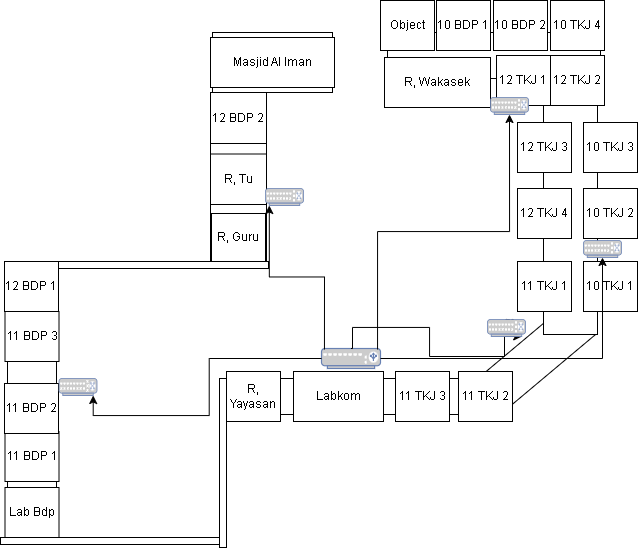
Above: Topologi-pasran-new.drawio.png in Dhaffnavyz/draw.io (draw.io), before the change. Source tidied: cells renumbered, new cells last; positions are measured from the earlier drawing's top-left corner, leaving out a move shared by most shapes.
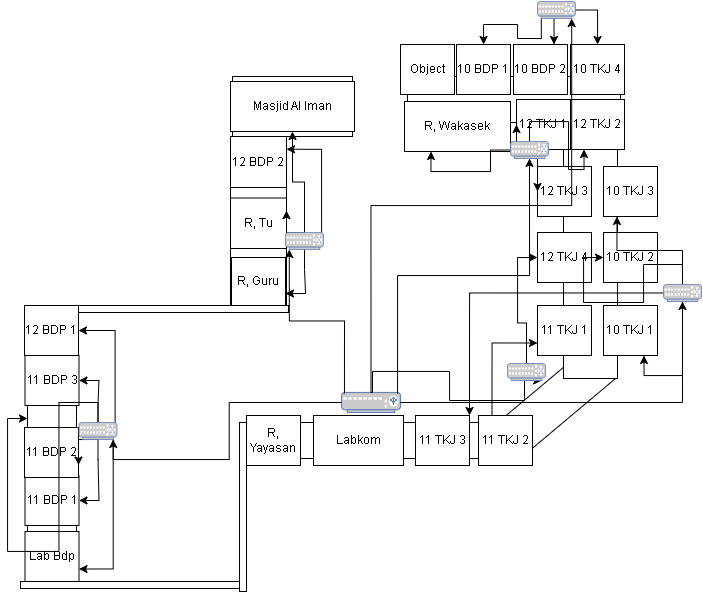
The same file after the commit.

Diff of the diagram source:
```diff
@@ -129,20 +129,80 @@
         </Array>
       </mxGeometry>
     </mxCell>
+    <mxCell id="50" style="edgeStyle=orthogonalEdgeStyle;rounded=0;jettySize=auto;html=1;exitX=0.5;exitY=0;exitDx=0;exitDy=0;exitPerimeter=0;entryX=0;entryY=0.5;entryDx=0;entryDy=0;" parent="1" edge="1" source="41" target="27">
+      <mxGeometry relative="1" as="geometry" />
+    </mxCell>
     <mxCell id="41" style="fontColor=#0066CC;verticalAlign=top;verticalLabelPosition=bottom;labelPosition=center;align=center;html=1;outlineConnect=0;fillColor=#CCCCCC;strokeColor=#6881B3;gradientColor=none;gradientDirection=north;strokeWidth=2;shape=mxgraph.networks.switch;" parent="1" vertex="1">
       <mxGeometry x="487" y="319" width="38" height="17" as="geometry" />
     </mxCell>
+    <mxCell id="51" style="edgeStyle=orthogonalEdgeStyle;rounded=0;jettySize=auto;html=1;exitX=0.5;exitY=0;exitDx=0;exitDy=0;exitPerimeter=0;entryX=1;entryY=0.5;entryDx=0;entryDy=0;" parent="1" edge="1" source="42" target="18">
+      <mxGeometry relative="1" as="geometry" />
+    </mxCell>
+    <mxCell id="52" style="edgeStyle=orthogonalEdgeStyle;rounded=0;jettySize=auto;html=1;exitX=0.95;exitY=0.05;exitDx=0;exitDy=0;exitPerimeter=0;entryX=1;entryY=0.5;entryDx=0;entryDy=0;" parent="1" edge="1" source="42" target="17">
+      <mxGeometry relative="1" as="geometry" />
+    </mxCell>
+    <mxCell id="53" style="edgeStyle=orthogonalEdgeStyle;rounded=0;jettySize=auto;html=1;exitX=0.5;exitY=1;exitDx=0;exitDy=0;exitPerimeter=0;entryX=1;entryY=0.75;entryDx=0;entryDy=0;" parent="1" edge="1" source="42" target="20">
+      <mxGeometry relative="1" as="geometry" />
+    </mxCell>
+    <mxCell id="54" style="edgeStyle=orthogonalEdgeStyle;rounded=0;jettySize=auto;html=1;exitX=0.5;exitY=1;exitDx=0;exitDy=0;exitPerimeter=0;entryX=1;entryY=0.5;entryDx=0;entryDy=0;" parent="1" edge="1" source="42" target="19">
+      <mxGeometry relative="1" as="geometry" />
+    </mxCell>
+    <mxCell id="55" style="edgeStyle=orthogonalEdgeStyle;rounded=0;jettySize=auto;html=1;exitX=0.9;exitY=1;exitDx=0;exitDy=0;exitPerimeter=0;entryX=1;entryY=0.75;entryDx=0;entryDy=0;" parent="1" edge="1" source="42" target="21">
+      <mxGeometry relative="1" as="geometry" />
+    </mxCell>
+    <mxCell id="56" style="edgeStyle=orthogonalEdgeStyle;rounded=0;jettySize=auto;html=1;exitX=0.5;exitY=0;exitDx=0;exitDy=0;exitPerimeter=0;entryX=0;entryY=0.5;entryDx=0;entryDy=0;" parent="1" edge="1" source="42" target="8">
+      <mxGeometry relative="1" as="geometry" />
+    </mxCell>
     <mxCell id="42" style="fontColor=#0066CC;verticalAlign=top;verticalLabelPosition=bottom;labelPosition=center;align=center;html=1;outlineConnect=0;fillColor=#CCCCCC;strokeColor=#6881B3;gradientColor=none;gradientDirection=north;strokeWidth=2;shape=mxgraph.networks.switch;" parent="1" vertex="1">
       <mxGeometry x="58.5" y="378" width="38" height="17" as="geometry" />
     </mxCell>
+    <mxCell id="57" style="edgeStyle=orthogonalEdgeStyle;rounded=0;jettySize=auto;html=1;exitX=0.5;exitY=0;exitDx=0;exitDy=0;exitPerimeter=0;entryX=1;entryY=0.25;entryDx=0;entryDy=0;" parent="1" edge="1" source="43" target="15">
+      <mxGeometry relative="1" as="geometry" />
+    </mxCell>
+    <mxCell id="58" style="edgeStyle=orthogonalEdgeStyle;rounded=0;jettySize=auto;html=1;exitX=0.95;exitY=0.05;exitDx=0;exitDy=0;exitPerimeter=0;entryX=1;entryY=0.25;entryDx=0;entryDy=0;" parent="1" edge="1" source="43" target="14">
+      <mxGeometry relative="1" as="geometry" />
+    </mxCell>
+    <mxCell id="59" style="edgeStyle=orthogonalEdgeStyle;rounded=0;jettySize=auto;html=1;exitX=0.5;exitY=1;exitDx=0;exitDy=0;exitPerimeter=0;entryX=1;entryY=0.75;entryDx=0;entryDy=0;" parent="1" edge="1" source="43" target="16">
+      <mxGeometry relative="1" as="geometry" />
+    </mxCell>
+    <mxCell id="60" style="edgeStyle=orthogonalEdgeStyle;rounded=0;jettySize=auto;html=1;exitX=0.5;exitY=0;exitDx=0;exitDy=0;exitPerimeter=0;entryX=0.5;entryY=1;entryDx=0;entryDy=0;" parent="1" edge="1" source="43" target="22">
+      <mxGeometry relative="1" as="geometry" />
+    </mxCell>
     <mxCell id="43" style="fontColor=#0066CC;verticalAlign=top;verticalLabelPosition=bottom;labelPosition=center;align=center;html=1;outlineConnect=0;fillColor=#CCCCCC;strokeColor=#6881B3;gradientColor=none;gradientDirection=north;strokeWidth=2;shape=mxgraph.networks.switch;" parent="1" vertex="1">
       <mxGeometry x="265" y="188" width="38" height="17" as="geometry" />
     </mxCell>
+    <mxCell id="61" style="edgeStyle=orthogonalEdgeStyle;rounded=0;jettySize=auto;html=1;exitX=0;exitY=0.5;exitDx=0;exitDy=0;exitPerimeter=0;entryX=0.25;entryY=1;entryDx=0;entryDy=0;" parent="1" edge="1" source="44" target="23">
+      <mxGeometry relative="1" as="geometry" />
+    </mxCell>
+    <mxCell id="62" style="edgeStyle=orthogonalEdgeStyle;rounded=0;jettySize=auto;html=1;exitX=0;exitY=0.5;exitDx=0;exitDy=0;exitPerimeter=0;entryX=0;entryY=0.5;entryDx=0;entryDy=0;" parent="1" edge="1" source="44" target="24">
+      <mxGeometry relative="1" as="geometry" />
+    </mxCell>
+    <mxCell id="63" style="edgeStyle=orthogonalEdgeStyle;rounded=0;jettySize=auto;html=1;exitX=0.5;exitY=0;exitDx=0;exitDy=0;exitPerimeter=0;entryX=0.25;entryY=1;entryDx=0;entryDy=0;" parent="1" edge="1" source="44" target="25">
+      <mxGeometry relative="1" as="geometry" />
+    </mxCell>
+    <mxCell id="64" style="edgeStyle=orthogonalEdgeStyle;rounded=0;jettySize=auto;html=1;exitX=0.5;exitY=1;exitDx=0;exitDy=0;exitPerimeter=0;entryX=0;entryY=0.5;entryDx=0;entryDy=0;" parent="1" edge="1" source="44" target="26">
+      <mxGeometry relative="1" as="geometry" />
+    </mxCell>
     <mxCell id="44" style="fontColor=#0066CC;verticalAlign=top;verticalLabelPosition=bottom;labelPosition=center;align=center;html=1;outlineConnect=0;fillColor=#CCCCCC;strokeColor=#6881B3;gradientColor=none;gradientDirection=north;strokeWidth=2;shape=mxgraph.networks.switch;" parent="1" vertex="1">
       <mxGeometry x="490" y="97" width="38" height="17" as="geometry" />
     </mxCell>
+    <mxCell id="65" style="edgeStyle=orthogonalEdgeStyle;rounded=0;jettySize=auto;html=1;exitX=0.25;exitY=0;exitDx=0;exitDy=0;entryX=0;entryY=0.75;entryDx=0;entryDy=0;" parent="1" edge="1" source="39" target="28">
+      <mxGeometry relative="1" as="geometry" />
+    </mxCell>
+    <mxCell id="66" style="edgeStyle=orthogonalEdgeStyle;rounded=0;jettySize=auto;html=1;exitX=0;exitY=0.5;exitDx=0;exitDy=0;exitPerimeter=0;entryX=1;entryY=0;entryDx=0;entryDy=0;" parent="1" edge="1" source="45" target="38">
+      <mxGeometry relative="1" as="geometry" />
+    </mxCell>
+    <mxCell id="67" style="edgeStyle=orthogonalEdgeStyle;rounded=0;jettySize=auto;html=1;exitX=0.5;exitY=0;exitDx=0;exitDy=0;exitPerimeter=0;entryX=0.25;entryY=1;entryDx=0;entryDy=0;" parent="1" edge="1" source="45" target="29">
+      <mxGeometry relative="1" as="geometry" />
+    </mxCell>
+    <mxCell id="68" style="edgeStyle=orthogonalEdgeStyle;rounded=0;jettySize=auto;html=1;exitX=0.5;exitY=0;exitDx=0;exitDy=0;exitPerimeter=0;entryX=0;entryY=0.5;entryDx=0;entryDy=0;" parent="1" edge="1" source="45" target="30">
+      <mxGeometry relative="1" as="geometry" />
+    </mxCell>
+    <mxCell id="69" style="edgeStyle=orthogonalEdgeStyle;rounded=0;jettySize=auto;html=1;exitX=0.5;exitY=1;exitDx=0;exitDy=0;exitPerimeter=0;entryX=0.75;entryY=1;entryDx=0;entryDy=0;" parent="1" edge="1" source="45" target="31">
+      <mxGeometry relative="1" as="geometry" />
+    </mxCell>
     <mxCell id="45" style="fontColor=#0066CC;verticalAlign=top;verticalLabelPosition=bottom;labelPosition=center;align=center;html=1;outlineConnect=0;fillColor=#CCCCCC;strokeColor=#6881B3;gradientColor=none;gradientDirection=north;strokeWidth=2;shape=mxgraph.networks.switch;" parent="1" vertex="1">
-      <mxGeometry x="583" y="240" width="38" height="17" as="geometry" />
+      <mxGeometry x="643" y="240" width="38" height="17" as="geometry" />
     </mxCell>
     <mxCell id="46" style="edgeStyle=orthogonalEdgeStyle;rounded=0;jettySize=auto;html=1;exitX=0;exitY=0.5;exitDx=0;exitDy=0;exitPerimeter=0;entryX=0.9;entryY=1;entryDx=0;entryDy=0;entryPerimeter=0;" parent="1" edge="1" source="13" target="42">
       <mxGeometry relative="1" as="geometry" />
@@ -156,5 +216,20 @@
     <mxCell id="49" style="edgeStyle=orthogonalEdgeStyle;rounded=0;jettySize=auto;html=1;exitX=0.95;exitY=0.05;exitDx=0;exitDy=0;exitPerimeter=0;entryX=0.5;entryY=1;entryDx=0;entryDy=0;entryPerimeter=0;" parent="1" edge="1" source="13" target="44">
       <mxGeometry relative="1" as="geometry" />
     </mxCell>
+    <mxCell id="70" style="edgeStyle=orthogonalEdgeStyle;rounded=0;jettySize=auto;html=1;exitX=0.1;exitY=1;exitDx=0;exitDy=0;exitPerimeter=0;" parent="1" edge="1" source="73" target="32">
+      <mxGeometry relative="1" as="geometry" />
+    </mxCell>
+    <mxCell id="71" style="edgeStyle=orthogonalEdgeStyle;rounded=0;jettySize=auto;html=1;exitX=0.5;exitY=1;exitDx=0;exitDy=0;exitPerimeter=0;entryX=0.75;entryY=0;entryDx=0;entryDy=0;" parent="1" edge="1" source="73" target="33">
+      <mxGeometry relative="1" as="geometry" />
+    </mxCell>
+    <mxCell id="72" style="edgeStyle=orthogonalEdgeStyle;rounded=0;jettySize=auto;html=1;exitX=1;exitY=0.5;exitDx=0;exitDy=0;exitPerimeter=0;" parent="1" edge="1" source="73" target="34">
+      <mxGeometry relative="1" as="geometry" />
+    </mxCell>
+    <mxCell id="73" style="fontColor=#0066CC;verticalAlign=top;verticalLabelPosition=bottom;labelPosition=center;align=center;html=1;outlineConnect=0;fillColor=#CCCCCC;strokeColor=#6881B3;gradientColor=none;gradientDirection=north;strokeWidth=2;shape=mxgraph.networks.switch;" parent="1" vertex="1">
+      <mxGeometry x="517" y="-43" width="38" height="17" as="geometry" />
+    </mxCell>
+    <mxCell id="74" style="edgeStyle=orthogonalEdgeStyle;rounded=0;jettySize=auto;html=1;exitX=0.5;exitY=0;exitDx=0;exitDy=0;exitPerimeter=0;entryX=0.9;entryY=1;entryDx=0;entryDy=0;entryPerimeter=0;" parent="1" edge="1" source="13" target="73">
+      <mxGeometry relative="1" as="geometry" />
+    </mxCell>
   </root>
 </mxGraphModel>
```
